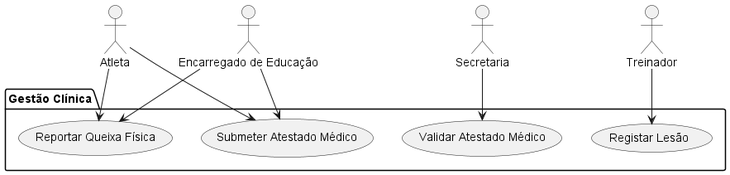
Earlier version of the PlantUML export Relatorio/RelatorioFinal/images/casos_uso_clinica.png (MartiGames8899/LI4). Source of this version:
```plantuml
@startuml casos_uso_clinica

skinparam monochrome true
skinparam shadowing false

actor "Atleta" as A
actor "Encarregado de Educação" as EE
actor "Secretaria" as S
actor "Treinador" as T

package "Gestão Clínica" {
    usecase "Submeter Atestado Médico" as UC1
    usecase "Validar Atestado Médico" as UC2
    usecase "Registar Lesão" as UC3
    usecase "Reportar Queixa Física" as UC4
}

A --> UC1
EE --> UC1
S --> UC2
T --> UC3
A --> UC4
EE --> UC4

@enduml
```
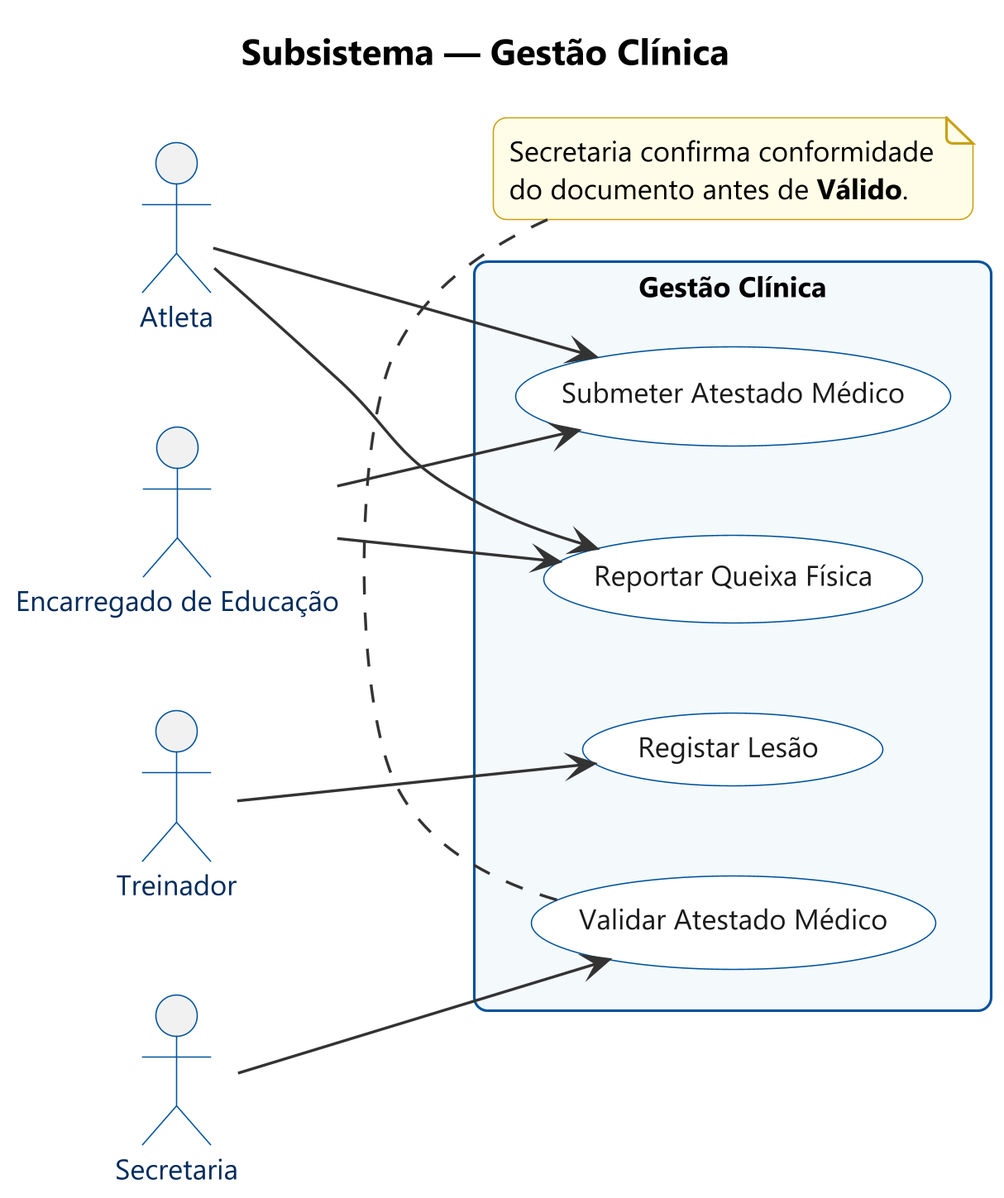
After the change.

What changed in the source:
```diff
@@ -1,18 +1,19 @@
 @startuml casos_uso_clinica
+!include _cap_skin.puml
+title Subsistema — Gestão Clínica
 
-skinparam monochrome true
-skinparam shadowing false
+left to right direction
 
-actor "Atleta" as A
+actor Atleta as A
 actor "Encarregado de Educação" as EE
-actor "Secretaria" as S
-actor "Treinador" as T
+actor Treinador as T
+actor Secretaria as S
 
-package "Gestão Clínica" {
-    usecase "Submeter Atestado Médico" as UC1
-    usecase "Validar Atestado Médico" as UC2
-    usecase "Registar Lesão" as UC3
-    usecase "Reportar Queixa Física" as UC4
+rectangle "Gestão Clínica" {
+  usecase "Submeter Atestado Médico" as UC1
+  usecase "Validar Atestado Médico" as UC2
+  usecase "Registar Lesão" as UC3
+  usecase "Reportar Queixa Física" as UC4
 }
 
 A --> UC1
@@ -22,4 +23,9 @@
 A --> UC4
 EE --> UC4
 
+note bottom of UC2
+  Secretaria confirma conformidade
+  do documento antes de **Válido**.
+end note
+
 @enduml
```
